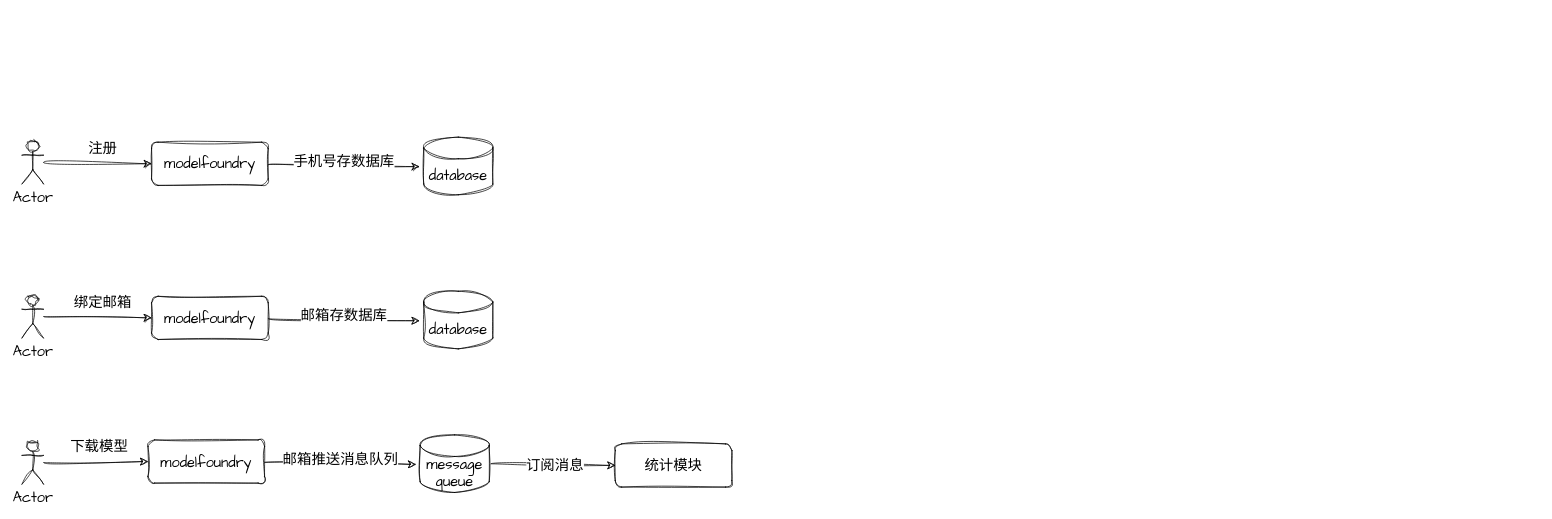
Above: pia.drawio in pkking/mydrawio (draw.io), before the change. Source tidied: cells renumbered, new cells numbered last; positions are measured from the earlier drawing's top-left corner, leaving out a move shared by most shapes. Both pictures are drawn from the tidied source at 72%, with x=0, y=0 at pixel (22, 135).
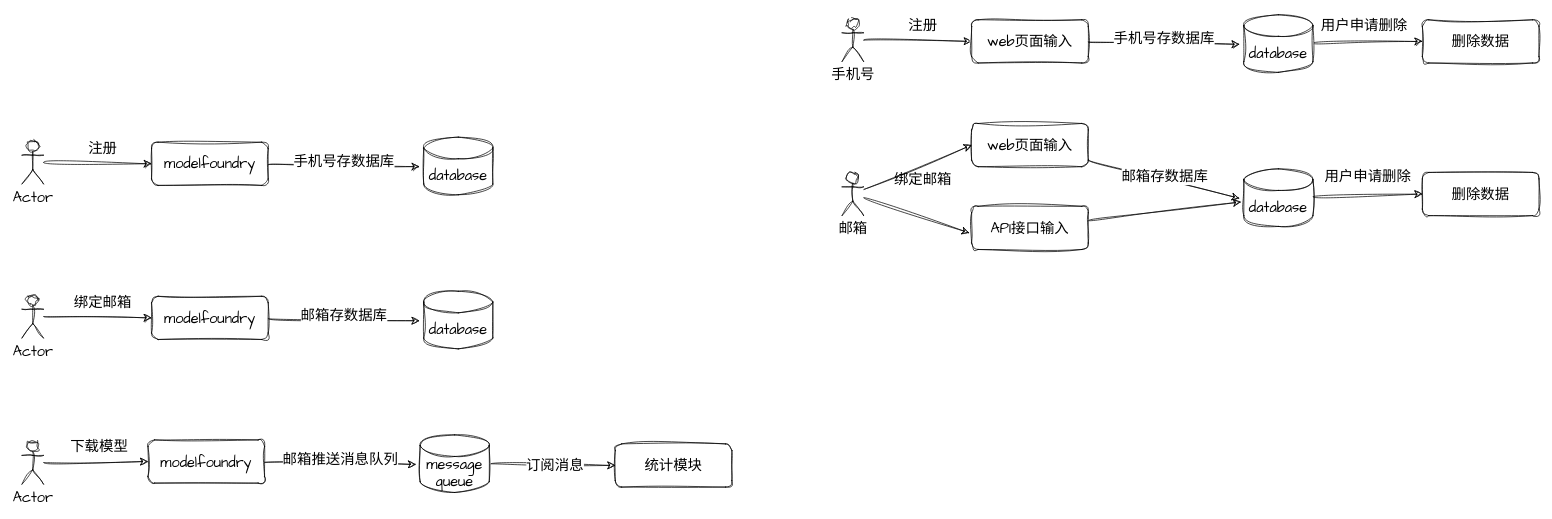
The same diagram, later.

Diff of the diagram source:
```diff
@@
+    <mxCell id="26" style="edgeStyle=none;curved=1;rounded=0;sketch=1;hachureGap=4;jiggle=2;curveFitting=1;jettySize=auto;html=1;entryX=0;entryY=0.5;entryDx=0;entryDy=0;fontFamily=Architects Daughter;fontSize=16;startSize=8;endSize=8;" parent="1" edge="1" source="27" target="28">
+      <mxGeometry relative="1" as="geometry" />
+    </mxCell>
+    <mxCell id="27" value="手机号" style="shape=umlActor;verticalLabelPosition=bottom;verticalAlign=top;html=1;outlineConnect=0;sketch=1;hachureGap=4;jiggle=2;curveFitting=1;fontFamily=Architects Daughter;fontSize=20;" parent="1" vertex="1">
+      <mxGeometry x="1139" y="-162" width="30" height="60" as="geometry" />
+    </mxCell>
+    <mxCell id="28" value="web页面输入" style="rounded=1;whiteSpace=wrap;html=1;sketch=1;hachureGap=4;jiggle=2;curveFitting=1;fontFamily=Architects Daughter;fontSize=20;" parent="1" vertex="1">
+      <mxGeometry x="1319" y="-160" width="162" height="60" as="geometry" />
+    </mxCell>
+    <mxCell id="29" value="注册" style="text;html=1;align=center;verticalAlign=middle;strokeColor=none;fillColor=none;fontSize=20;fontFamily=Architects Daughter;" parent="1" vertex="1">
+      <mxGeometry x="1222" y="-170" width="58" height="36" as="geometry" />
+    </mxCell>
+    <mxCell id="30" style="edgeStyle=none;curved=1;rounded=0;sketch=1;hachureGap=4;jiggle=2;curveFitting=1;jettySize=auto;html=1;entryX=0;entryY=0.5;entryDx=0;entryDy=0;fontFamily=Architects Daughter;fontSize=16;startSize=8;endSize=8;" parent="1" edge="1" source="31" target="45">
+      <mxGeometry relative="1" as="geometry" />
+    </mxCell>
+    <mxCell id="31" value="database" style="shape=cylinder3;whiteSpace=wrap;html=1;boundedLbl=1;backgroundOutline=1;size=15;sketch=1;hachureGap=4;jiggle=2;curveFitting=1;fontFamily=Architects Daughter;fontSize=20;" parent="1" vertex="1">
+      <mxGeometry x="1697" y="-167" width="96" height="80" as="geometry" />
+    </mxCell>
+    <mxCell id="32" style="edgeStyle=none;curved=1;rounded=0;sketch=1;hachureGap=4;jiggle=2;curveFitting=1;jettySize=auto;html=1;entryX=-0.062;entryY=0.513;entryDx=0;entryDy=0;entryPerimeter=0;fontFamily=Architects Daughter;fontSize=16;startSize=8;endSize=8;" parent="1" edge="1" source="28" target="31">
+      <mxGeometry relative="1" as="geometry" />
+    </mxCell>
+    <mxCell id="33" value="手机号存数据库" style="edgeLabel;html=1;align=center;verticalAlign=middle;fontSize=20;fontFamily=Architects Daughter;" parent="32" vertex="1">
+      <mxGeometry x="0.09" y="5" relative="1" as="geometry">
+        <mxPoint x="-10" y="-2" as="offset" />
+      </mxGeometry>
+    </mxCell>
+    <mxCell id="34" style="edgeStyle=none;curved=1;rounded=0;sketch=1;hachureGap=4;jiggle=2;curveFitting=1;jettySize=auto;html=1;entryX=0;entryY=0.5;entryDx=0;entryDy=0;fontFamily=Architects Daughter;fontSize=16;startSize=8;endSize=8;" parent="1" edge="1" source="35" target="36">
+      <mxGeometry relative="1" as="geometry" />
+    </mxCell>
+    <mxCell id="35" value="邮箱" style="shape=umlActor;verticalLabelPosition=bottom;verticalAlign=top;html=1;outlineConnect=0;sketch=1;hachureGap=4;jiggle=2;curveFitting=1;fontFamily=Architects Daughter;fontSize=20;" parent="1" vertex="1">
+      <mxGeometry x="1139" y="52" width="30" height="60" as="geometry" />
+    </mxCell>
+    <mxCell id="36" value="web页面输入" style="rounded=1;whiteSpace=wrap;html=1;sketch=1;hachureGap=4;jiggle=2;curveFitting=1;fontFamily=Architects Daughter;fontSize=20;" parent="1" vertex="1">
+      <mxGeometry x="1319" y="-16" width="162" height="60" as="geometry" />
+    </mxCell>
+    <mxCell id="37" value="绑定邮箱" style="text;html=1;align=center;verticalAlign=middle;strokeColor=none;fillColor=none;fontSize=20;fontFamily=Architects Daughter;" parent="1" vertex="1">
+      <mxGeometry x="1202" y="44" width="98" height="36" as="geometry" />
+    </mxCell>
+    <mxCell id="38" style="edgeStyle=none;curved=1;rounded=0;sketch=1;hachureGap=4;jiggle=2;curveFitting=1;jettySize=auto;html=1;entryX=0;entryY=0.5;entryDx=0;entryDy=0;fontFamily=Architects Daughter;fontSize=16;startSize=8;endSize=8;" parent="1" edge="1" source="39" target="47">
+      <mxGeometry relative="1" as="geometry" />
+    </mxCell>
+    <mxCell id="39" value="database" style="shape=cylinder3;whiteSpace=wrap;html=1;boundedLbl=1;backgroundOutline=1;size=15;sketch=1;hachureGap=4;jiggle=2;curveFitting=1;fontFamily=Architects Daughter;fontSize=20;" parent="1" vertex="1">
+      <mxGeometry x="1697" y="47" width="96" height="80" as="geometry" />
+    </mxCell>
+    <mxCell id="40" style="edgeStyle=none;curved=1;rounded=0;sketch=1;hachureGap=4;jiggle=2;curveFitting=1;jettySize=auto;html=1;entryX=-0.062;entryY=0.513;entryDx=0;entryDy=0;entryPerimeter=0;fontFamily=Architects Daughter;fontSize=16;startSize=8;endSize=8;" parent="1" edge="1" source="36" target="39">
+      <mxGeometry relative="1" as="geometry" />
+    </mxCell>
+    <mxCell id="41" value="邮箱存数据库" style="edgeLabel;html=1;align=center;verticalAlign=middle;fontSize=20;fontFamily=Architects Daughter;" parent="40" vertex="1">
+      <mxGeometry x="0.09" y="5" relative="1" as="geometry">
+        <mxPoint x="-10" y="-2" as="offset" />
+      </mxGeometry>
+    </mxCell>
+    <mxCell id="42" style="edgeStyle=none;curved=1;rounded=0;sketch=1;hachureGap=4;jiggle=2;curveFitting=1;jettySize=auto;html=1;fontFamily=Architects Daughter;fontSize=16;startSize=8;endSize=8;" parent="1" edge="1" source="43">
+      <mxGeometry relative="1" as="geometry">
+        <mxPoint x="1693" y="93" as="targetPoint" />
+      </mxGeometry>
+    </mxCell>
+    <mxCell id="43" value="API接口输入" style="rounded=1;whiteSpace=wrap;html=1;sketch=1;hachureGap=4;jiggle=2;curveFitting=1;fontFamily=Architects Daughter;fontSize=20;" parent="1" vertex="1">
+      <mxGeometry x="1319" y="99" width="162" height="60" as="geometry" />
+    </mxCell>
+    <mxCell id="44" style="edgeStyle=none;curved=1;rounded=0;sketch=1;hachureGap=4;jiggle=2;curveFitting=1;jettySize=auto;html=1;entryX=-0.019;entryY=0.617;entryDx=0;entryDy=0;entryPerimeter=0;fontFamily=Architects Daughter;fontSize=16;startSize=8;endSize=8;" parent="1" edge="1" source="35" target="43">
+      <mxGeometry relative="1" as="geometry" />
+    </mxCell>
+    <mxCell id="45" value="删除数据" style="rounded=1;whiteSpace=wrap;html=1;sketch=1;hachureGap=4;jiggle=2;curveFitting=1;fontFamily=Architects Daughter;fontSize=20;" parent="1" vertex="1">
+      <mxGeometry x="1945" y="-160" width="162" height="60" as="geometry" />
+    </mxCell>
+    <mxCell id="46" value="用户申请删除" style="text;html=1;align=center;verticalAlign=middle;strokeColor=none;fillColor=none;fontSize=20;fontFamily=Architects Daughter;" parent="1" vertex="1">
+      <mxGeometry x="1795" y="-170" width="138" height="36" as="geometry" />
+    </mxCell>
+    <mxCell id="47" value="删除数据" style="rounded=1;whiteSpace=wrap;html=1;sketch=1;hachureGap=4;jiggle=2;curveFitting=1;fontFamily=Architects Daughter;fontSize=20;" parent="1" vertex="1">
+      <mxGeometry x="1945" y="52" width="162" height="60" as="geometry" />
+    </mxCell>
+    <mxCell id="48" value="用户申请删除" style="text;html=1;align=center;verticalAlign=middle;strokeColor=none;fillColor=none;fontSize=20;fontFamily=Architects Daughter;" parent="1" vertex="1">
+      <mxGeometry x="1800" y="39" width="138" height="36" as="geometry" />
+    </mxCell>
```
